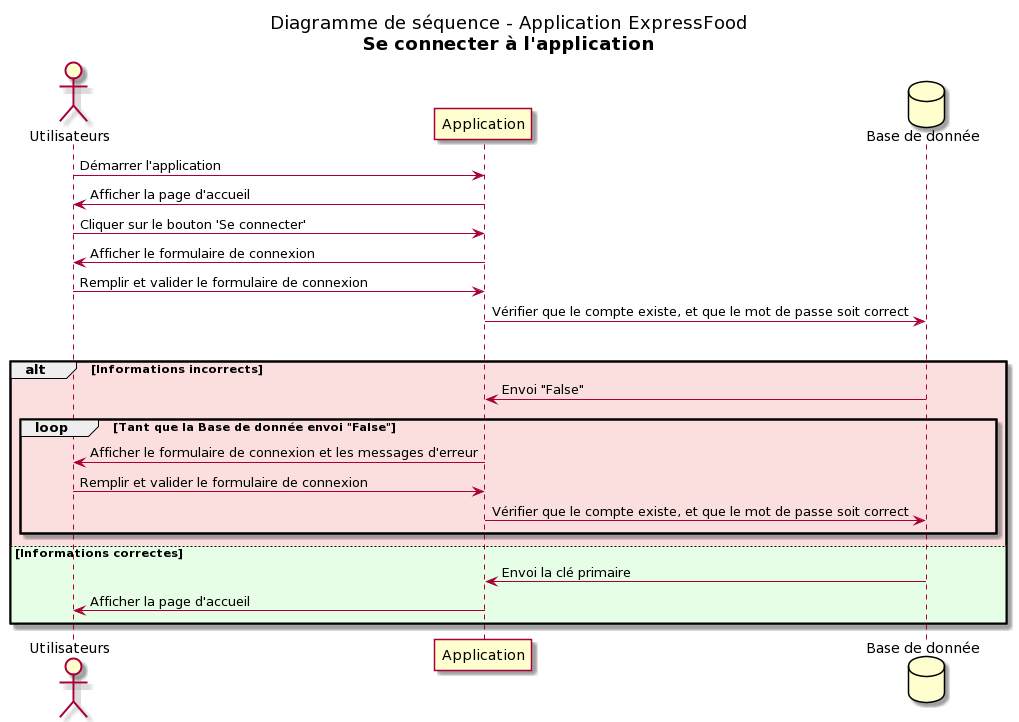
Earlier version of the PlantUML export P4/v2/P4_02_schemasUML/diagramme_sequence_Connexion.png (RemarkableCraft/OC_UML_P4). Its diagram source:
```plantuml
@startuml
title
 Diagramme de séquence - Application ExpressFood
 **Se connecter à l'application**
end title

actor Utilisateurs as A1

participant Application as UI
database "Base de donnée" as BDD

A1 -> UI : Démarrer l'application
UI -> A1 : Afficher la page d'accueil
A1 -> UI : Cliquer sur le bouton 'Se connecter'
UI -> A1 : Afficher le formulaire de connexion
A1 -> UI : Remplir et valider le formulaire de connexion
UI -> BDD : Vérifier que le compte existe, et que le mot de passe soit correct
|||
alt #FBDFDF Informations incorrects
 BDD -> UI : Envoi "False"
 ||5||
 loop #FBDFDF Tant que la Base de donnée envoi "False"
  ||5||
  UI -> A1 : Afficher le formulaire de connexion et les messages d'erreur
  A1 -> UI : Remplir et valider le formulaire de connexion
  UI -> BDD : Vérifier que le compte existe, et que le mot de passe soit correct
  ||5||
 end
 ||5||
else #E5FEE5 Informations correctes
 BDD -> UI : Envoi la clé primaire
 UI -> A1 : Afficher la page d'accueil
 ||5||
end
@enduml
```
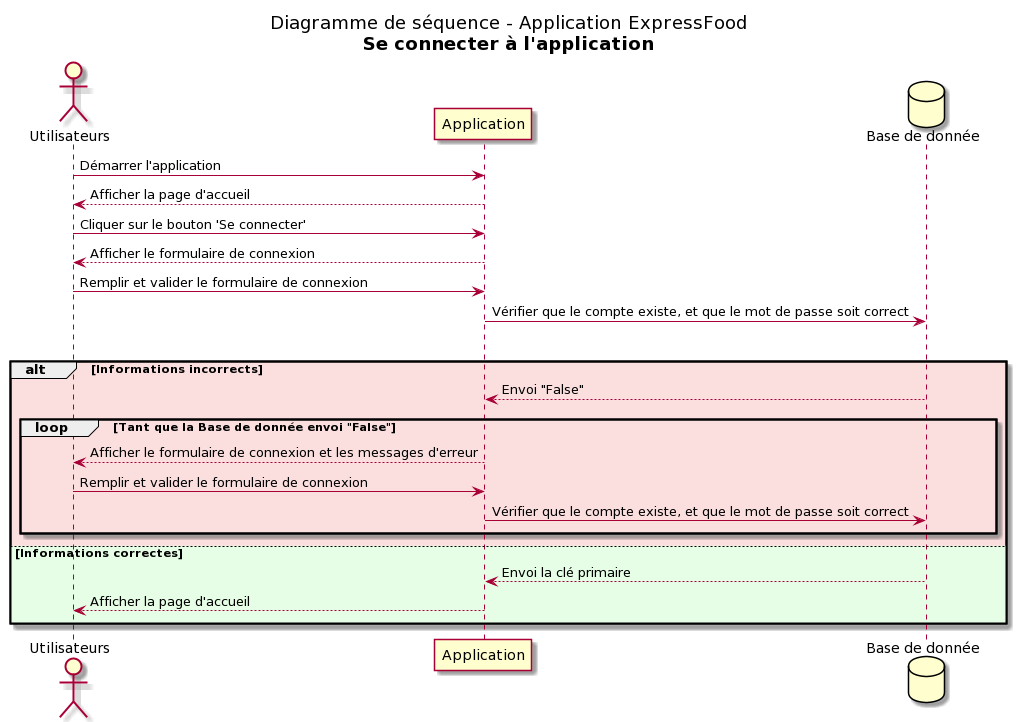
After the change.

Diff of the diagram source:
```diff
@@ -10,26 +10,26 @@
 database "Base de donnée" as BDD
 
 A1 -> UI : Démarrer l'application
-UI -> A1 : Afficher la page d'accueil
+UI --> A1 : Afficher la page d'accueil
 A1 -> UI : Cliquer sur le bouton 'Se connecter'
-UI -> A1 : Afficher le formulaire de connexion
+UI --> A1 : Afficher le formulaire de connexion
 A1 -> UI : Remplir et valider le formulaire de connexion
 UI -> BDD : Vérifier que le compte existe, et que le mot de passe soit correct
 |||
 alt #FBDFDF Informations incorrects
- BDD -> UI : Envoi "False"
+ BDD --> UI : Envoi "False"
  ||5||
  loop #FBDFDF Tant que la Base de donnée envoi "False"
   ||5||
-  UI -> A1 : Afficher le formulaire de connexion et les messages d'erreur
+  UI --> A1 : Afficher le formulaire de connexion et les messages d'erreur
   A1 -> UI : Remplir et valider le formulaire de connexion
   UI -> BDD : Vérifier que le compte existe, et que le mot de passe soit correct
   ||5||
  end
  ||5||
 else #E5FEE5 Informations correctes
- BDD -> UI : Envoi la clé primaire
- UI -> A1 : Afficher la page d'accueil
+ BDD --> UI : Envoi la clé primaire
+ UI --> A1 : Afficher la page d'accueil
  ||5||
 end
 @enduml
```
